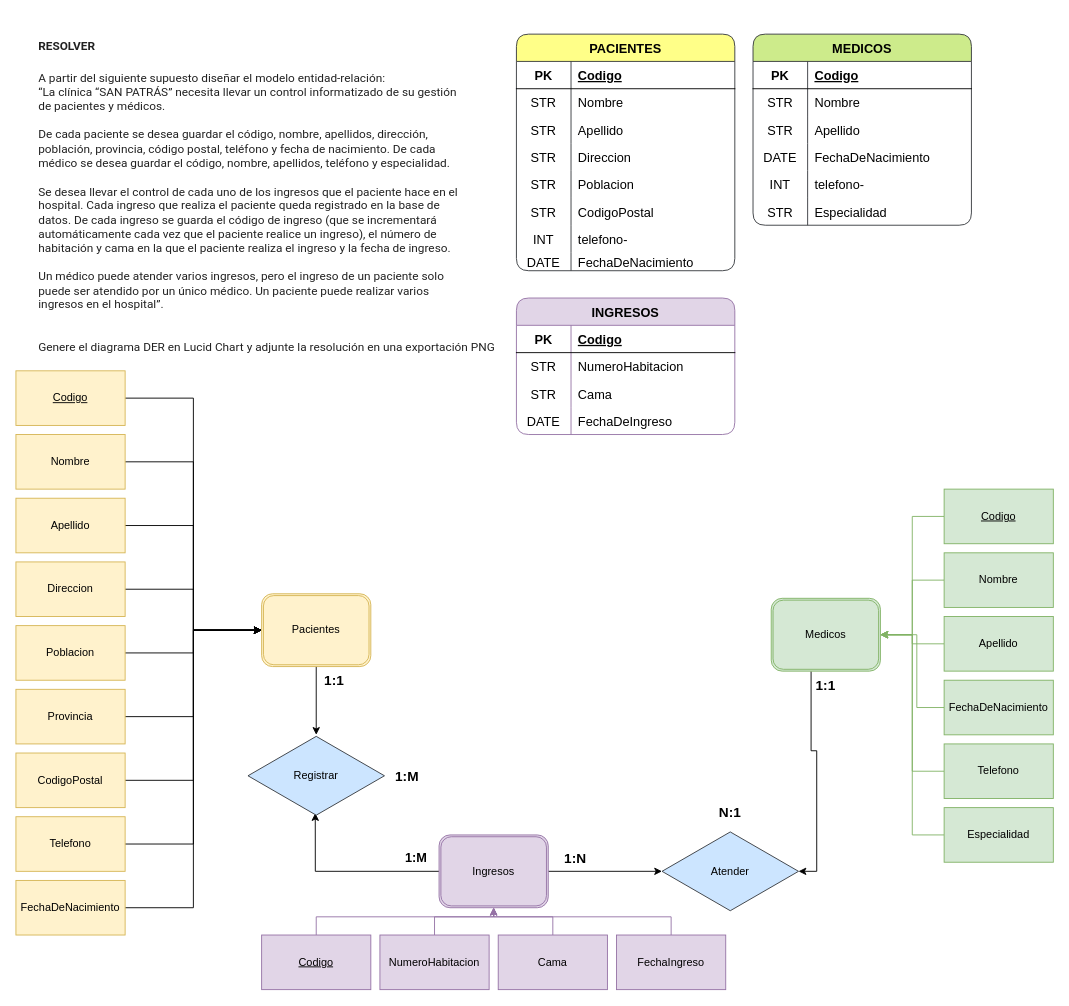
DrEureka/AmdBD---TPS keeps this draw.io diagram as Ejercicios en clase/ADB - Tp 4.drawio. Above is the earlier version. Source tidied: cells renumbered, new cells numbered last; positions are measured from the earlier drawing's top-left corner, leaving out a move shared by most shapes. Both pictures are drawn from the tidied source at 91%, with x=0, y=0 at pixel (15, 25).
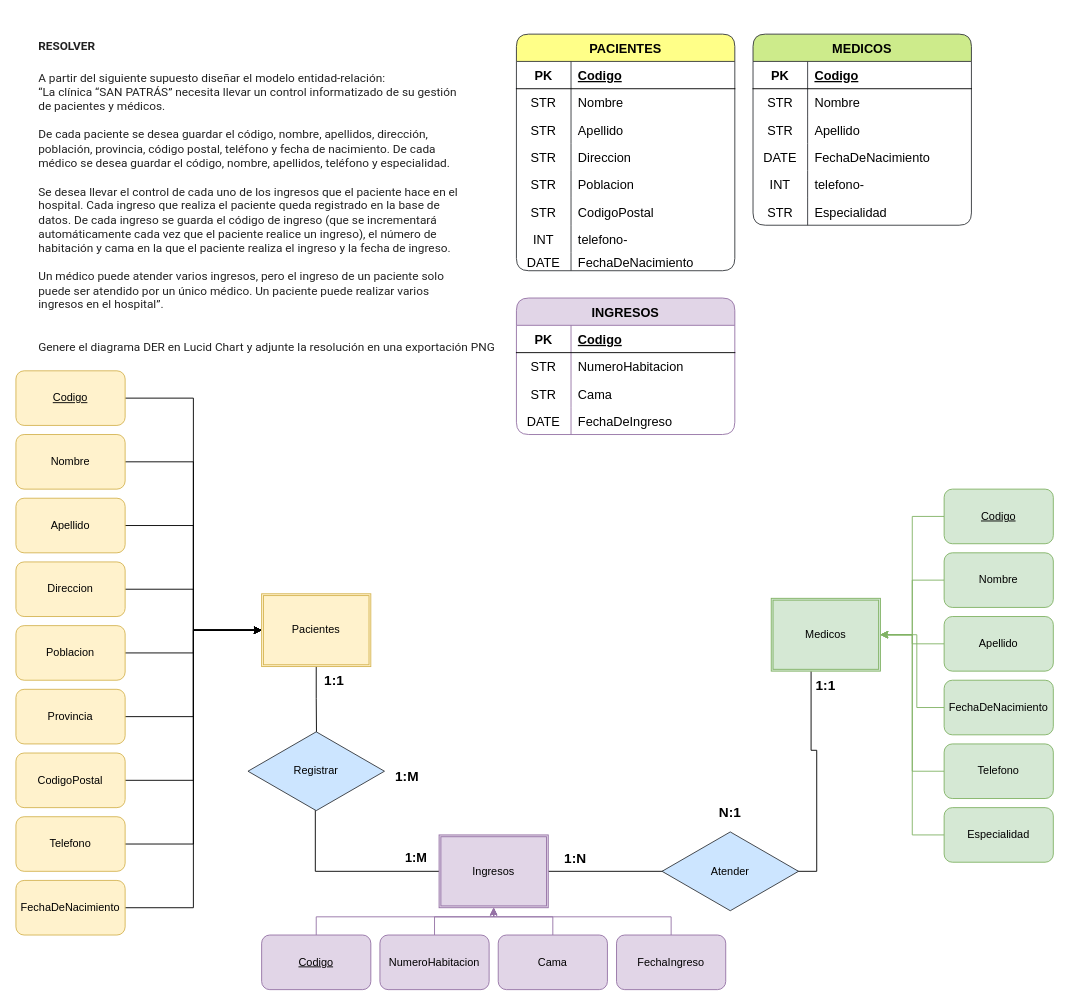
Above is the later version.

Change to the diagram source:
```diff
@@
-    <mxCell id="3" value="Atender" style="html=1;whiteSpace=wrap;shape=isoRectangle;fillColor=#cce5ff;strokeColor=#36393d;" parent="1" vertex="1">
-      <mxGeometry x="710" y="885" width="150" height="90" as="geometry" />
-    </mxCell>
-    <mxCell id="4" style="edgeStyle=orthogonalEdgeStyle;rounded=0;jettySize=auto;html=1;strokeColor=default;" parent="1" edge="1" source="6" target="49">
+    <mxCell id="4" style="edgeStyle=orthogonalEdgeStyle;rounded=0;jettySize=auto;html=1;strokeColor=default;entryX=0.506;entryY=0.955;entryDx=0;entryDy=0;entryPerimeter=0;" parent="1" edge="1" source="6" target="49">
       <mxGeometry relative="1" as="geometry" />
     </mxCell>
-    <mxCell id="5" style="edgeStyle=orthogonalEdgeStyle;rounded=0;jettySize=auto;html=1;strokeColor=default;exitX=1;exitY=0.5;exitDx=0;exitDy=0;" parent="1" edge="1" source="40" target="3">
-      <mxGeometry relative="1" as="geometry" />
+    <mxCell id="5" style="edgeStyle=orthogonalEdgeStyle;rounded=0;jettySize=auto;html=1;strokeColor=default;exitX=1;exitY=0.5;exitDx=0;exitDy=0;" parent="1" edge="1" source="40">
+      <mxGeometry relative="1" as="geometry">
+        <mxPoint x="860" y="930" as="targetPoint" />
+        <Array as="points">
+          <mxPoint x="770" y="930" />
+          <mxPoint x="770" y="930" />
+        </Array>
+      </mxGeometry>
     </mxCell>
-    <mxCell id="6" value="Pacientes" style="shape=ext;double=1;rounded=1;whiteSpace=wrap;html=1;strokeColor=#d6b656;fillColor=#fff2cc;" parent="1" vertex="1">
+    <mxCell id="6" value="Pacientes" style="shape=ext;double=1;rounded=0;whiteSpace=wrap;html=1;strokeColor=#d6b656;fillColor=#fff2cc;" parent="1" vertex="1">
       <mxGeometry x="270" y="625" width="120" height="80" as="geometry" />
     </mxCell>
-    <mxCell id="7" style="edgeStyle=orthogonalEdgeStyle;rounded=0;jettySize=auto;html=1;entryX=1;entryY=0.5;entryDx=0;entryDy=0;entryPerimeter=0;strokeColor=default;exitX=0.365;exitY=1.002;exitDx=0;exitDy=0;exitPerimeter=0;" parent="1" edge="1" source="8" target="3">
-      <mxGeometry relative="1" as="geometry" />
+    <mxCell id="7" style="edgeStyle=orthogonalEdgeStyle;rounded=0;jettySize=auto;html=1;strokeColor=default;exitX=0.365;exitY=1.002;exitDx=0;exitDy=0;exitPerimeter=0;" parent="1" edge="1" source="8">
+      <mxGeometry relative="1" as="geometry">
+        <mxPoint x="710" y="930" as="targetPoint" />
+        <Array as="points">
+          <mxPoint x="874" y="797" />
+          <mxPoint x="880" y="797" />
+          <mxPoint x="880" y="930" />
+        </Array>
+      </mxGeometry>
     </mxCell>
-    <mxCell id="8" value="Medicos" style="shape=ext;double=1;rounded=1;whiteSpace=wrap;html=1;strokeColor=#82b366;fillColor=#d5e8d4;" parent="1" vertex="1">
+    <mxCell id="8" value="Medicos" style="shape=ext;double=1;rounded=0;whiteSpace=wrap;html=1;strokeColor=#82b366;fillColor=#d5e8d4;" parent="1" vertex="1">
       <mxGeometry x="830" y="630" width="120" height="80" as="geometry" />
     </mxCell>
@@
-    <mxCell id="10" value="&lt;u&gt;Codigo&lt;/u&gt;" style="rounded=0;whiteSpace=wrap;html=1;strokeColor=#d6b656;fillColor=#fff2cc;" parent="1" vertex="1">
+    <mxCell id="10" value="&lt;u&gt;Codigo&lt;/u&gt;" style="rounded=1;whiteSpace=wrap;html=1;strokeColor=#d6b656;fillColor=#fff2cc;" parent="1" vertex="1">
       <mxGeometry y="380" width="120" height="60" as="geometry" />
     </mxCell>
@@
-    <mxCell id="12" value="Nombre" style="rounded=0;whiteSpace=wrap;html=1;strokeColor=#d6b656;fillColor=#fff2cc;" parent="1" vertex="1">
+    <mxCell id="12" value="Nombre" style="rounded=1;whiteSpace=wrap;html=1;strokeColor=#d6b656;fillColor=#fff2cc;" parent="1" vertex="1">
       <mxGeometry y="450" width="120" height="60" as="geometry" />
     </mxCell>
@@
-    <mxCell id="14" value="Apellido" style="rounded=0;whiteSpace=wrap;html=1;strokeColor=#d6b656;fillColor=#fff2cc;" parent="1" vertex="1">
+    <mxCell id="14" value="Apellido" style="rounded=1;whiteSpace=wrap;html=1;strokeColor=#d6b656;fillColor=#fff2cc;" parent="1" vertex="1">
       <mxGeometry y="520" width="120" height="60" as="geometry" />
     </mxCell>
@@
-    <mxCell id="16" value="Direccion" style="rounded=0;whiteSpace=wrap;html=1;strokeColor=#d6b656;fillColor=#fff2cc;" parent="1" vertex="1">
+    <mxCell id="16" value="Direccion" style="rounded=1;whiteSpace=wrap;html=1;strokeColor=#d6b656;fillColor=#fff2cc;" parent="1" vertex="1">
       <mxGeometry y="590" width="120" height="60" as="geometry" />
     </mxCell>
@@
-    <mxCell id="18" value="Poblacion" style="rounded=0;whiteSpace=wrap;html=1;strokeColor=#d6b656;fillColor=#fff2cc;" parent="1" vertex="1">
+    <mxCell id="18" value="Poblacion" style="rounded=1;whiteSpace=wrap;html=1;strokeColor=#d6b656;fillColor=#fff2cc;" parent="1" vertex="1">
       <mxGeometry y="660" width="120" height="60" as="geometry" />
     </mxCell>
@@
-    <mxCell id="20" value="Provincia" style="rounded=0;whiteSpace=wrap;html=1;strokeColor=#d6b656;fillColor=#fff2cc;" parent="1" vertex="1">
+    <mxCell id="20" value="Provincia" style="rounded=1;whiteSpace=wrap;html=1;strokeColor=#d6b656;fillColor=#fff2cc;" parent="1" vertex="1">
       <mxGeometry y="730" width="120" height="60" as="geometry" />
     </mxCell>
@@
-    <mxCell id="22" value="CodigoPostal" style="rounded=0;whiteSpace=wrap;html=1;strokeColor=#d6b656;fillColor=#fff2cc;" parent="1" vertex="1">
+    <mxCell id="22" value="CodigoPostal" style="rounded=1;whiteSpace=wrap;html=1;strokeColor=#d6b656;fillColor=#fff2cc;" parent="1" vertex="1">
       <mxGeometry y="800" width="120" height="60" as="geometry" />
     </mxCell>
@@
-    <mxCell id="24" value="Telefono" style="rounded=0;whiteSpace=wrap;html=1;strokeColor=#d6b656;fillColor=#fff2cc;" parent="1" vertex="1">
+    <mxCell id="24" value="Telefono" style="rounded=1;whiteSpace=wrap;html=1;strokeColor=#d6b656;fillColor=#fff2cc;" parent="1" vertex="1">
       <mxGeometry y="870" width="120" height="60" as="geometry" />
     </mxCell>
@@
-    <mxCell id="26" value="FechaDeNacimiento" style="rounded=0;whiteSpace=wrap;html=1;strokeColor=#d6b656;fillColor=#fff2cc;" parent="1" vertex="1">
+    <mxCell id="26" value="FechaDeNacimiento" style="rounded=1;whiteSpace=wrap;html=1;strokeColor=#d6b656;fillColor=#fff2cc;" parent="1" vertex="1">
       <mxGeometry y="940" width="120" height="60" as="geometry" />
     </mxCell>
@@
-    <mxCell id="28" value="&lt;u&gt;Codigo&lt;/u&gt;" style="rounded=0;whiteSpace=wrap;html=1;strokeColor=#82b366;fillColor=#d5e8d4;" parent="1" vertex="1">
+    <mxCell id="28" value="&lt;u&gt;Codigo&lt;/u&gt;" style="rounded=1;whiteSpace=wrap;html=1;strokeColor=#82b366;fillColor=#d5e8d4;" parent="1" vertex="1">
       <mxGeometry x="1020" y="510" width="120" height="60" as="geometry" />
     </mxCell>
@@
-    <mxCell id="30" value="Nombre" style="rounded=0;whiteSpace=wrap;html=1;strokeColor=#82b366;fillColor=#d5e8d4;" parent="1" vertex="1">
+    <mxCell id="30" value="Nombre" style="rounded=1;whiteSpace=wrap;html=1;strokeColor=#82b366;fillColor=#d5e8d4;" parent="1" vertex="1">
       <mxGeometry x="1020" y="580" width="120" height="60" as="geometry" />
     </mxCell>
@@
-    <mxCell id="32" value="Apellido" style="rounded=0;whiteSpace=wrap;html=1;strokeColor=#82b366;fillColor=#d5e8d4;" parent="1" vertex="1">
+    <mxCell id="32" value="Apellido" style="rounded=1;whiteSpace=wrap;html=1;strokeColor=#82b366;fillColor=#d5e8d4;" parent="1" vertex="1">
       <mxGeometry x="1020" y="650" width="120" height="60" as="geometry" />
     </mxCell>
@@
-    <mxCell id="34" value="Especialidad" style="rounded=0;whiteSpace=wrap;html=1;strokeColor=#82b366;fillColor=#d5e8d4;" parent="1" vertex="1">
+    <mxCell id="34" value="Especialidad" style="rounded=1;whiteSpace=wrap;html=1;strokeColor=#82b366;fillColor=#d5e8d4;" parent="1" vertex="1">
       <mxGeometry x="1020" y="860" width="120" height="60" as="geometry" />
     </mxCell>
@@
-    <mxCell id="36" value="Telefono" style="rounded=0;whiteSpace=wrap;html=1;strokeColor=#82b366;fillColor=#d5e8d4;" parent="1" vertex="1">
+    <mxCell id="36" value="Telefono" style="rounded=1;whiteSpace=wrap;html=1;strokeColor=#82b366;fillColor=#d5e8d4;" parent="1" vertex="1">
       <mxGeometry x="1020" y="790" width="120" height="60" as="geometry" />
     </mxCell>
@@
-    <mxCell id="38" value="FechaDeNacimiento" style="rounded=0;whiteSpace=wrap;html=1;strokeColor=#82b366;fillColor=#d5e8d4;" parent="1" vertex="1">
+    <mxCell id="38" value="FechaDeNacimiento" style="rounded=1;whiteSpace=wrap;html=1;strokeColor=#82b366;fillColor=#d5e8d4;" parent="1" vertex="1">
       <mxGeometry x="1020" y="720" width="120" height="60" as="geometry" />
     </mxCell>
-    <mxCell id="39" style="edgeStyle=orthogonalEdgeStyle;rounded=0;jettySize=auto;html=1;entryX=0.493;entryY=0.956;entryDx=0;entryDy=0;entryPerimeter=0;strokeColor=default;" parent="1" edge="1" source="40" target="49">
-      <mxGeometry relative="1" as="geometry" />
+    <mxCell id="39" style="edgeStyle=orthogonalEdgeStyle;rounded=0;jettySize=auto;html=1;entryX=0.506;entryY=0.039;entryDx=0;entryDy=0;entryPerimeter=0;strokeColor=default;" parent="1" edge="1" source="40" target="49">
+      <mxGeometry relative="1" as="geometry">
+        <Array as="points">
+          <mxPoint x="329" y="930" />
+          <mxPoint x="329" y="783" />
+        </Array>
+      </mxGeometry>
     </mxCell>
-    <mxCell id="40" value="Ingresos" style="shape=ext;double=1;rounded=1;whiteSpace=wrap;html=1;strokeColor=#9673a6;fillColor=#e1d5e7;" parent="1" vertex="1">
+    <mxCell id="40" value="Ingresos" style="shape=ext;double=1;rounded=0;whiteSpace=wrap;html=1;strokeColor=#9673a6;fillColor=#e1d5e7;" parent="1" vertex="1">
       <mxGeometry x="465" y="890" width="120" height="80" as="geometry" />
     </mxCell>
@@
-    <mxCell id="42" value="&lt;u&gt;Codigo&lt;/u&gt;" style="rounded=0;whiteSpace=wrap;html=1;strokeColor=#9673a6;fillColor=#e1d5e7;" parent="1" vertex="1">
+    <mxCell id="42" value="&lt;u&gt;Codigo&lt;/u&gt;" style="rounded=1;whiteSpace=wrap;html=1;strokeColor=#9673a6;fillColor=#e1d5e7;" parent="1" vertex="1">
       <mxGeometry x="270" y="1000" width="120" height="60" as="geometry" />
     </mxCell>
@@
-    <mxCell id="44" value="NumeroHabitacion" style="rounded=0;whiteSpace=wrap;html=1;strokeColor=#9673a6;fillColor=#e1d5e7;" parent="1" vertex="1">
+    <mxCell id="44" value="NumeroHabitacion" style="rounded=1;whiteSpace=wrap;html=1;strokeColor=#9673a6;fillColor=#e1d5e7;" parent="1" vertex="1">
       <mxGeometry x="400" y="1000" width="120" height="60" as="geometry" />
     </mxCell>
@@
-    <mxCell id="46" value="Cama" style="rounded=0;whiteSpace=wrap;html=1;strokeColor=#9673a6;fillColor=#e1d5e7;" parent="1" vertex="1">
+    <mxCell id="46" value="Cama" style="rounded=1;whiteSpace=wrap;html=1;strokeColor=#9673a6;fillColor=#e1d5e7;" parent="1" vertex="1">
       <mxGeometry x="530" y="1000" width="120" height="60" as="geometry" />
     </mxCell>
@@
-    <mxCell id="48" value="FechaIngreso" style="rounded=0;whiteSpace=wrap;html=1;strokeColor=#9673a6;fillColor=#e1d5e7;" parent="1" vertex="1">
+    <mxCell id="48" value="FechaIngreso" style="rounded=1;whiteSpace=wrap;html=1;strokeColor=#9673a6;fillColor=#e1d5e7;" parent="1" vertex="1">
       <mxGeometry x="660" y="1000" width="120" height="60" as="geometry" />
     </mxCell>
     <mxCell id="49" value="Registrar" style="html=1;whiteSpace=wrap;shape=isoRectangle;fillColor=#cce5ff;strokeColor=#36393d;" parent="1" vertex="1">
-      <mxGeometry x="255" y="780" width="150" height="90" as="geometry" />
+      <mxGeometry x="255" y="775" width="150" height="90" as="geometry" />
     </mxCell>
@@
+    <mxCell id="3" value="Atender" style="html=1;whiteSpace=wrap;shape=isoRectangle;fillColor=#cce5ff;strokeColor=#36393d;" parent="1" vertex="1">
+      <mxGeometry x="710" y="885" width="150" height="90" as="geometry" />
+    </mxCell>
```
